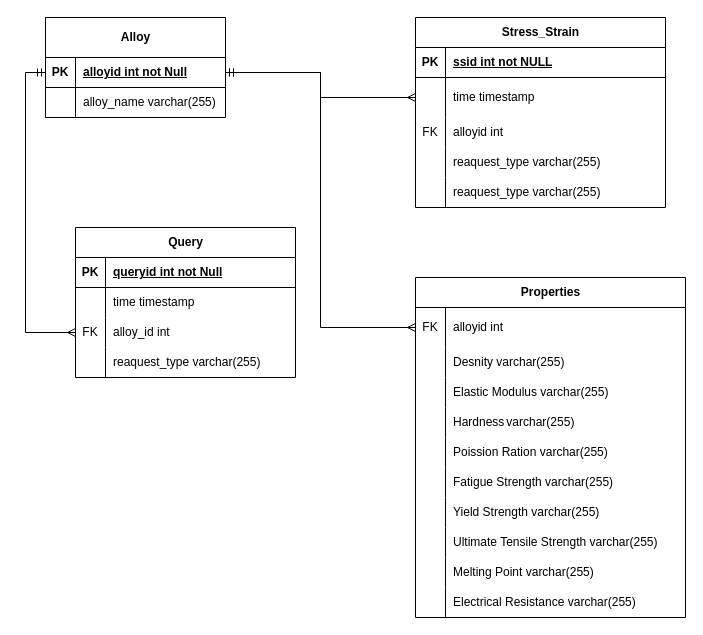
The draw.io diagram database/ERM.drawio in Abdulaisb/Metal_Aalloy, before the edit. Source tidied: cells renumbered, new cells numbered last; positions are measured from the earlier drawing's top-left corner, leaving out a move shared by most shapes. Both pictures are drawn from the tidied source at 100%, with x=0, y=0 at pixel (45, 17).
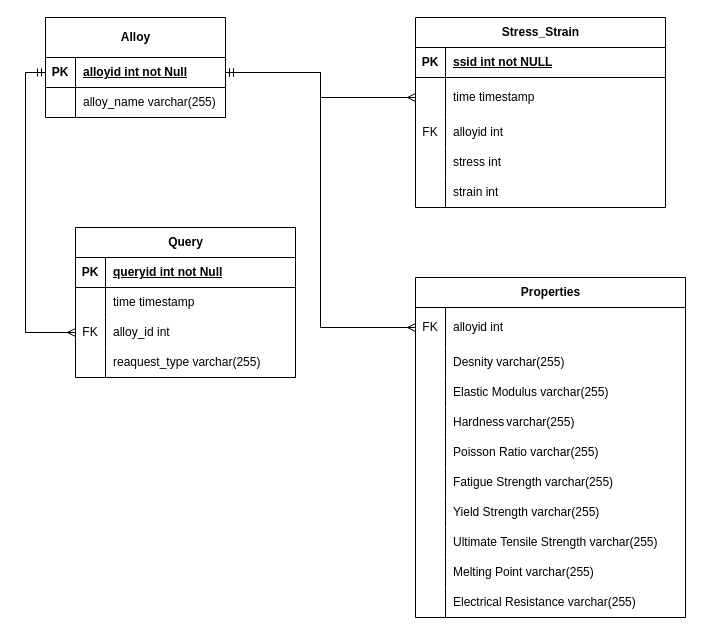
Above is the later version.

Unchanged cells that the change refers to:
```xml
<mxCell id="25" style="shape=tableRow;horizontal=0;startSize=0;swimlaneHead=0;swimlaneBody=0;fillColor=none;top=0;left=0;right=0;bottom=0;" parent="15" vertex="1">
  <mxGeometry y="130" width="250" height="30" as="geometry" />
</mxCell>
<mxCell id="28" style="shape=tableRow;horizontal=0;startSize=0;swimlaneHead=0;swimlaneBody=0;fillColor=none;top=0;left=0;right=0;bottom=0;" parent="15" vertex="1">
  <mxGeometry y="160" width="250" height="30" as="geometry" />
</mxCell>
<mxCell id="44" style="shape=tableRow;horizontal=0;startSize=0;swimlaneHead=0;swimlaneBody=0;fillColor=none;top=0;left=0;right=0;bottom=0;" parent="31" vertex="1">
  <mxGeometry y="160" width="270" height="30" as="geometry" />
</mxCell>
```

Change to the diagram source:
```diff
@@
-    <mxCell id="27" value="reaquest_type varchar(255)" style="shape=partialRectangle;fillColor=none;top=0;left=0;bottom=0;right=0;align=left;spacingLeft=6;overflow=hidden;whiteSpace=wrap;html=1;" parent="25" vertex="1">
+    <mxCell id="27" value="stress int" style="shape=partialRectangle;fillColor=none;top=0;left=0;bottom=0;right=0;align=left;spacingLeft=6;overflow=hidden;whiteSpace=wrap;html=1;" parent="25" vertex="1">
       <mxGeometry x="30" width="220" height="30" as="geometry" />
     </mxCell>
@@
-    <mxCell id="30" value="reaquest_type varchar(255)" style="shape=partialRectangle;fillColor=none;top=0;left=0;bottom=0;right=0;align=left;spacingLeft=6;overflow=hidden;whiteSpace=wrap;html=1;" parent="28" vertex="1">
+    <mxCell id="30" value="strain int" style="shape=partialRectangle;fillColor=none;top=0;left=0;bottom=0;right=0;align=left;spacingLeft=6;overflow=hidden;whiteSpace=wrap;html=1;" parent="28" vertex="1">
       <mxGeometry x="30" width="220" height="30" as="geometry" />
     </mxCell>
@@
-    <mxCell id="46" value="Poission Ration varchar(255)" style="shape=partialRectangle;fillColor=none;top=0;left=0;bottom=0;right=0;align=left;spacingLeft=6;overflow=hidden;whiteSpace=wrap;html=1;" parent="44" vertex="1">
+    <mxCell id="46" value="Poisson Ratio varchar(255)" style="shape=partialRectangle;fillColor=none;top=0;left=0;bottom=0;right=0;align=left;spacingLeft=6;overflow=hidden;whiteSpace=wrap;html=1;" parent="44" vertex="1">
       <mxGeometry x="30" width="240" height="30" as="geometry" />
     </mxCell>
```
